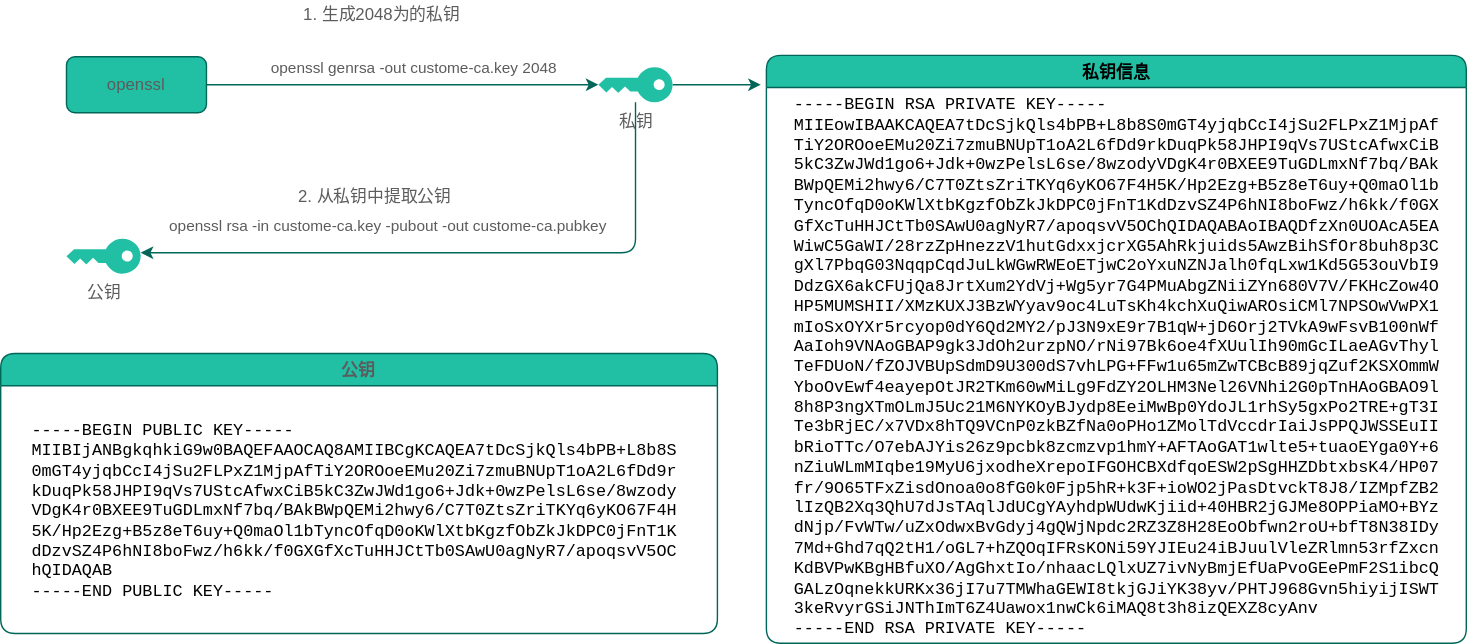
This is openssl.drawio.svg from jpanda-cn/static-resources, a draw.io export, as it was before one commit. Source tidied: cells renumbered, new cells last; positions are measured from the earlier drawing's top-left corner, leaving out a move shared by most shapes.
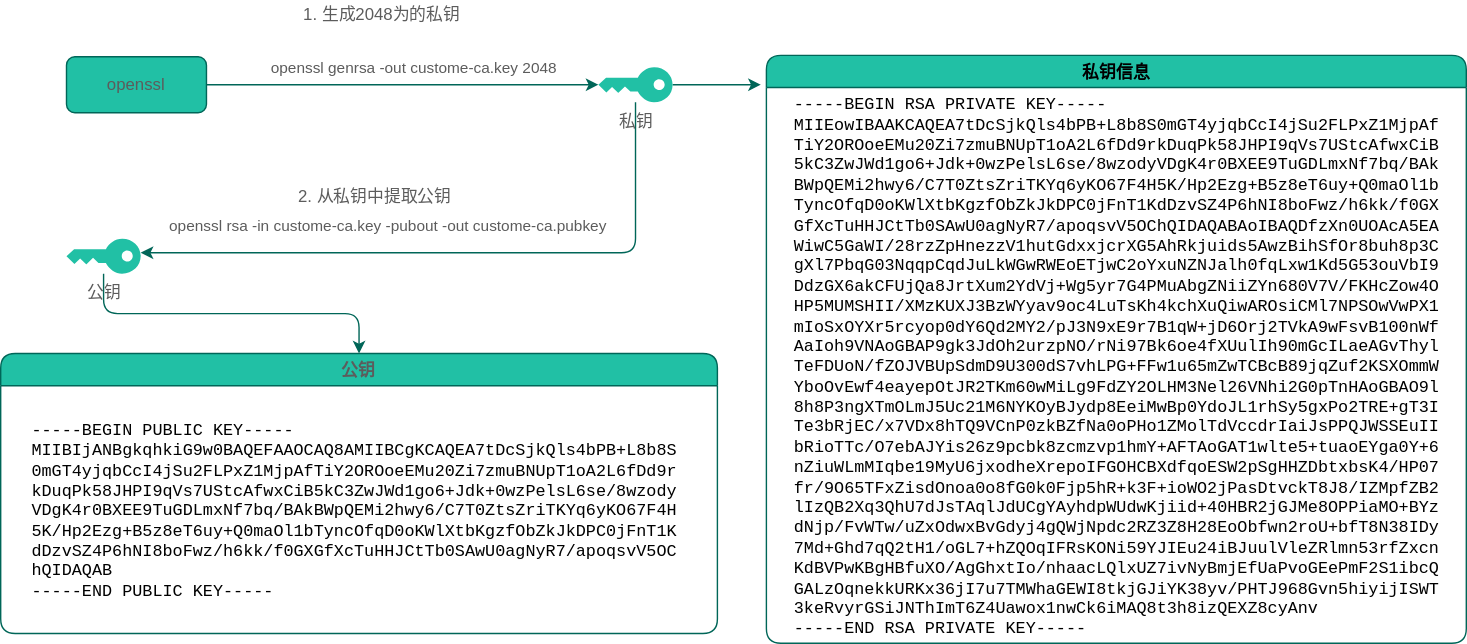
Later version of the same file.

What changed in the source:
```diff
@@ -2,6 +2,9 @@
   <root>
     <mxCell id="0" />
     <mxCell id="1" parent="0" />
+    <mxCell id="17" style="edgeStyle=orthogonalEdgeStyle;curved=0;rounded=1;sketch=0;jettySize=auto;html=1;entryX=0.5;entryY=0;entryDx=0;entryDy=0;fontColor=#000000;strokeColor=#006658;fillColor=#21C0A5;" parent="1" edge="1" source="2" target="14">
+      <mxGeometry relative="1" as="geometry" />
+    </mxCell>
     <mxCell id="2" value="公钥" style="shadow=0;dashed=0;html=1;strokeColor=none;labelPosition=center;verticalLabelPosition=bottom;verticalAlign=top;outlineConnect=0;align=center;shape=mxgraph.office.security.key_permissions;direction=south;rounded=1;fillColor=#21C0A5;fontColor=#5C5C5C;" parent="1" vertex="1">
       <mxGeometry x="47" y="170" width="53" height="25" as="geometry" />
     </mxCell>
```
